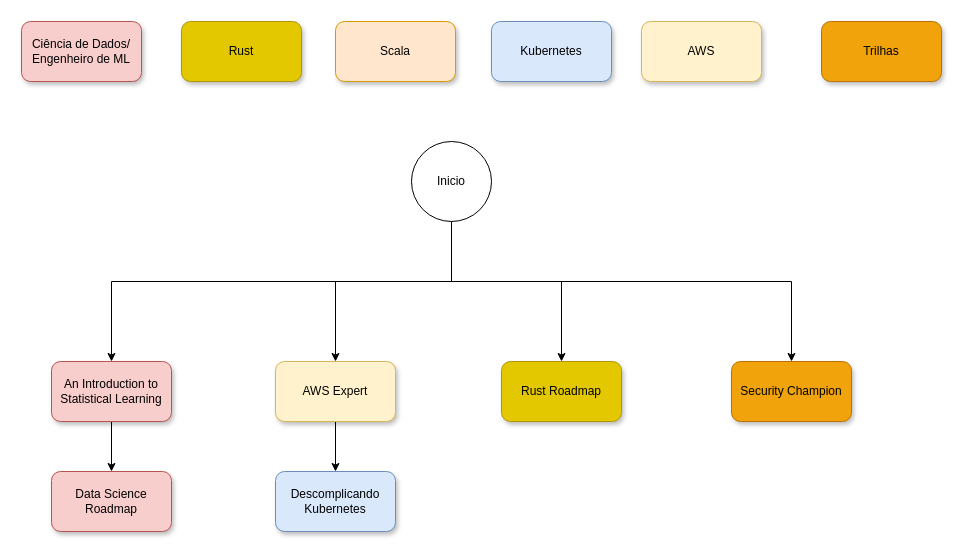
Before: diagrama_estudos_2023_12.drawio in ivtavares/learning_roadmap, a draw.io diagram. Source tidied: cells renumbered, new cells numbered last; positions are measured from the earlier drawing's top-left corner, leaving out a move shared by most shapes. Both pictures are drawn from the tidied source at 100%, with x=0, y=0 at pixel (21, 21). Pictures stored in the file or linked from it are replaced by grey dashed boxes.
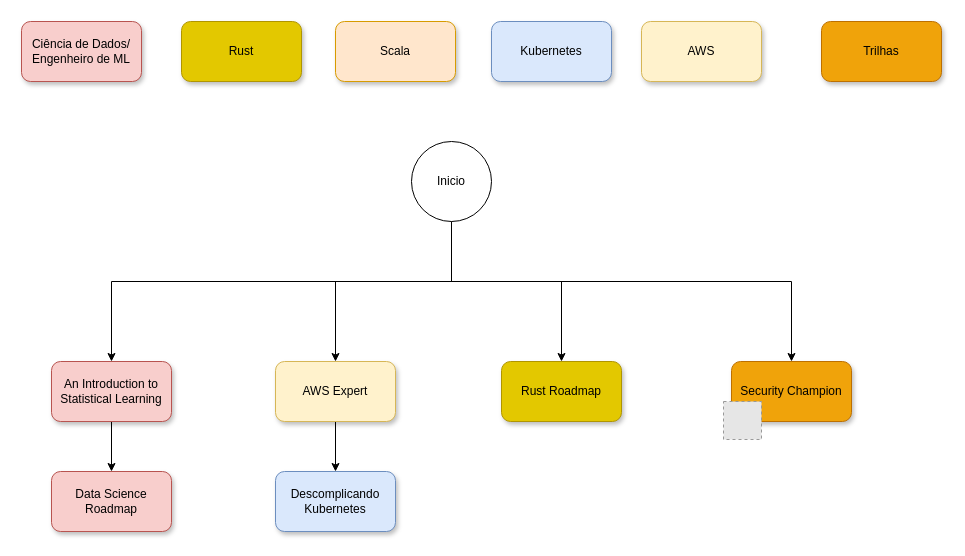
Above is the later version.

Commit message:
Security champion finalizado

What changed in the source:
```diff
@@
+    <mxCell id="21" style="fillColor=#E6E6E6;strokeColor=#999999;dashed=1;html=1;verticalAlign=top;verticalLabelPosition=bottom;labelBackgroundColor=#ffffff;" parent="1" vertex="1">
+      <mxGeometry x="702" y="380" width="38" height="38" as="geometry" />
+    </mxCell>
```
